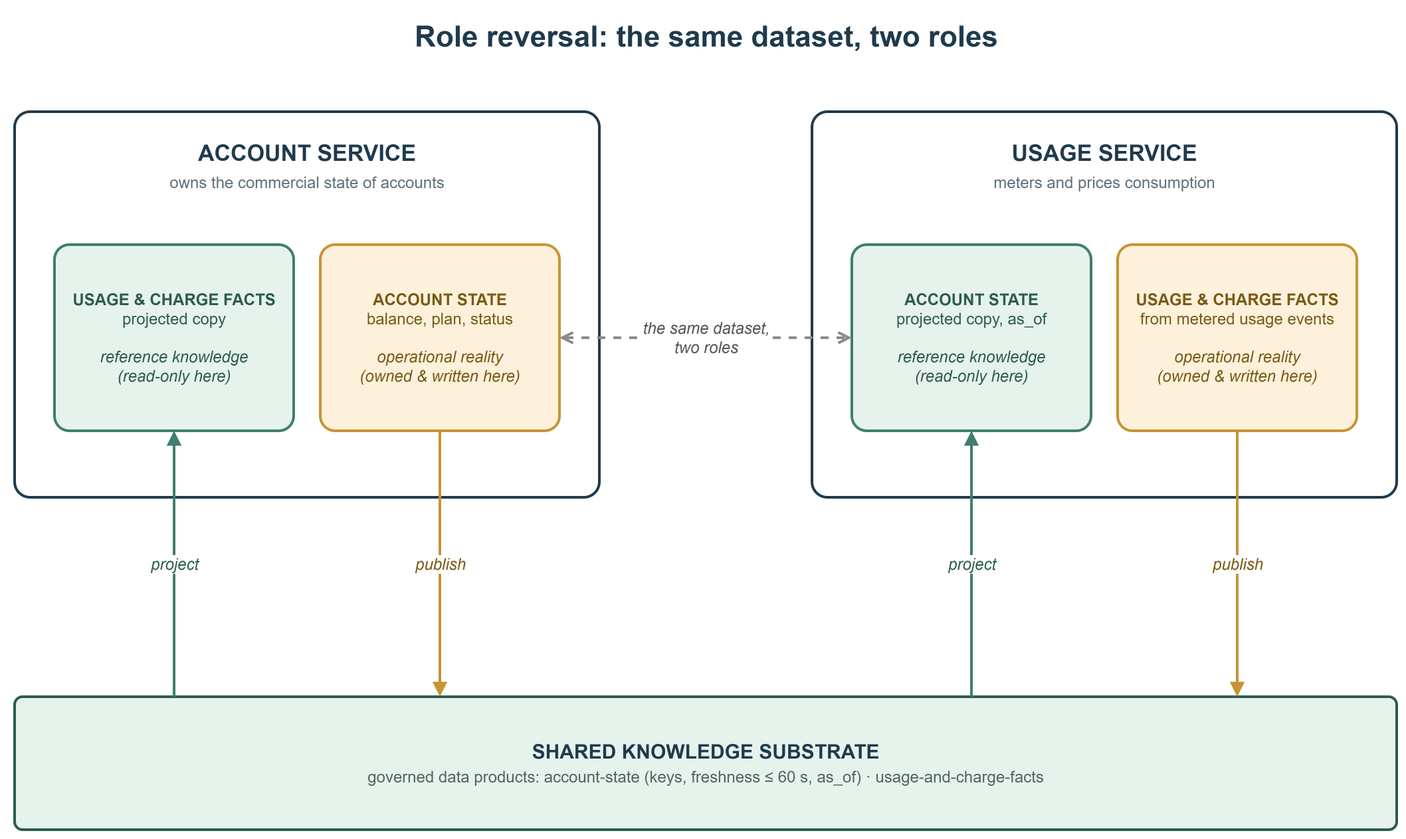
Earlier version of the draw.io export content/posts/your-operational-data-is-someone-elses-reference-data/role-reversal.drawio.png (AlexeyEvlampiev/alexeyevlampiev.github.io). Source tidied: cells renumbered, new cells last; positions are measured from the earlier drawing's top-left corner, leaving out a move shared by most shapes.
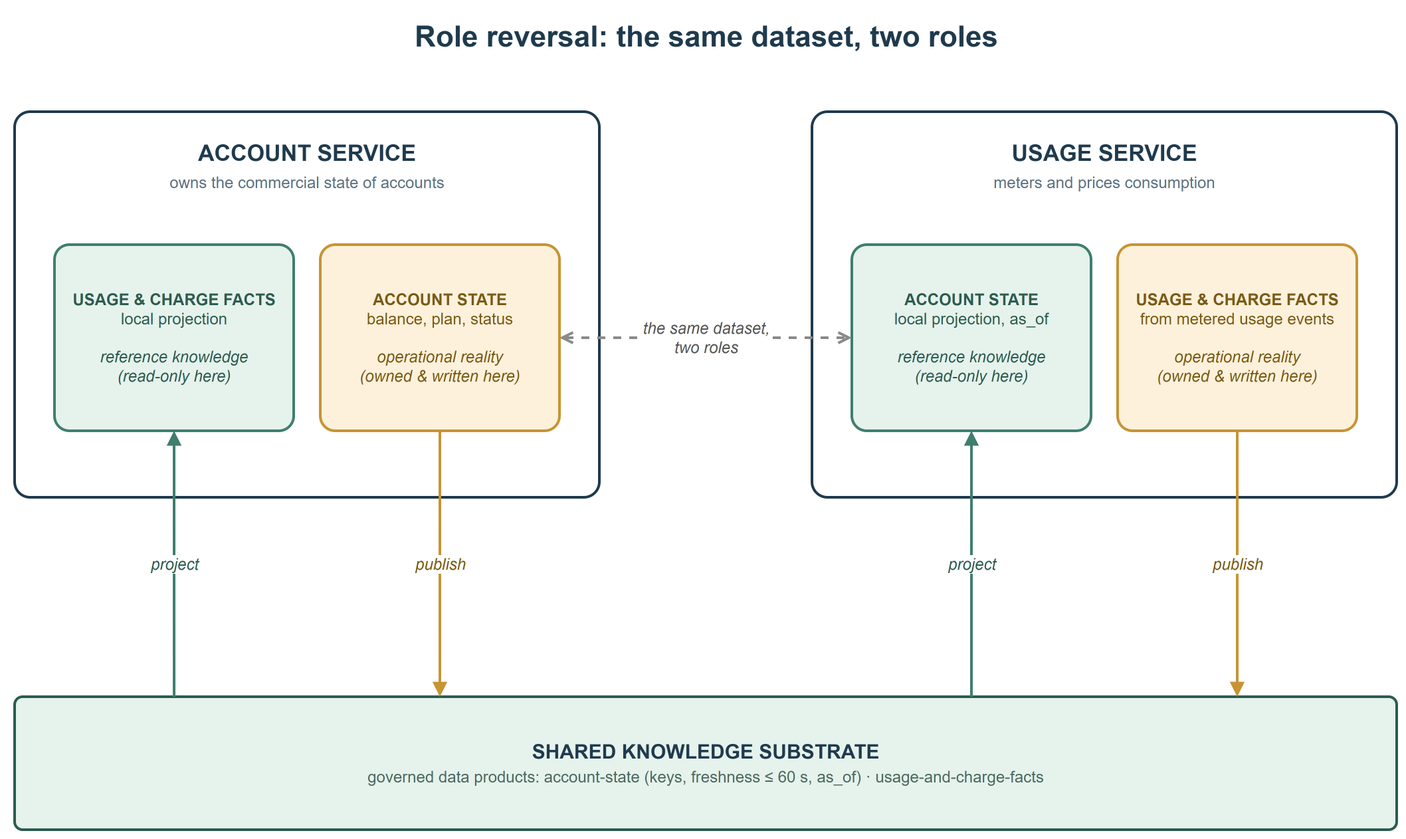
After the commit.

Commit message:
R2: copy/view consistency, softened originality absolutes, question as final beat, diagram 'local projection' labels

Diff of the diagram source:
```diff
@@ -11,13 +11,13 @@
     <mxCell id="4" value="&lt;b&gt;USAGE SERVICE&lt;/b&gt;&lt;br&gt;&lt;font style=&quot;font-size:12px&quot; color=&quot;#5b7282&quot;&gt;meters and prices consumption&lt;/font&gt;" style="rounded=1;whiteSpace=wrap;html=1;fillColor=#ffffff;strokeColor=#1f3a4d;strokeWidth=2;verticalAlign=top;fontSize=17;fontColor=#1f3a4d;arcSize=4;spacingTop=14;" parent="1" vertex="1">
       <mxGeometry x="600" y="74" width="440" height="290" as="geometry" />
     </mxCell>
-    <mxCell id="5" value="&lt;b&gt;USAGE &amp;amp; CHARGE FACTS&lt;/b&gt;&lt;br&gt;projected copy&lt;br&gt;&lt;br&gt;&lt;i&gt;reference knowledge&lt;br&gt;(read-only here)&lt;/i&gt;" style="rounded=1;whiteSpace=wrap;html=1;fillColor=#e6f2ec;strokeColor=#3f7e6e;strokeWidth=2;fontColor=#2c5c50;fontSize=12;arcSize=8;" parent="1" vertex="1">
+    <mxCell id="5" value="&lt;b&gt;USAGE &amp;amp; CHARGE FACTS&lt;/b&gt;&lt;br&gt;local projection&lt;br&gt;&lt;br&gt;&lt;i&gt;reference knowledge&lt;br&gt;(read-only here)&lt;/i&gt;" style="rounded=1;whiteSpace=wrap;html=1;fillColor=#e6f2ec;strokeColor=#3f7e6e;strokeWidth=2;fontColor=#2c5c50;fontSize=12;arcSize=8;" parent="1" vertex="1">
       <mxGeometry x="30" y="174" width="180" height="140" as="geometry" />
     </mxCell>
     <mxCell id="6" value="&lt;b&gt;ACCOUNT STATE&lt;/b&gt;&lt;br&gt;balance, plan, status&lt;br&gt;&lt;br&gt;&lt;i&gt;operational reality&lt;br&gt;(owned &amp;amp; written here)&lt;/i&gt;" style="rounded=1;whiteSpace=wrap;html=1;fillColor=#fdf1dc;strokeColor=#c79433;strokeWidth=2;fontColor=#7a5a14;fontSize=12;arcSize=8;" parent="1" vertex="1">
       <mxGeometry x="230" y="174" width="180" height="140" as="geometry" />
     </mxCell>
-    <mxCell id="7" value="&lt;b&gt;ACCOUNT STATE&lt;/b&gt;&lt;br&gt;projected copy, as_of&lt;br&gt;&lt;br&gt;&lt;i&gt;reference knowledge&lt;br&gt;(read-only here)&lt;/i&gt;" style="rounded=1;whiteSpace=wrap;html=1;fillColor=#e6f2ec;strokeColor=#3f7e6e;strokeWidth=2;fontColor=#2c5c50;fontSize=12;arcSize=8;" parent="1" vertex="1">
+    <mxCell id="7" value="&lt;b&gt;ACCOUNT STATE&lt;/b&gt;&lt;br&gt;local projection, as_of&lt;br&gt;&lt;br&gt;&lt;i&gt;reference knowledge&lt;br&gt;(read-only here)&lt;/i&gt;" style="rounded=1;whiteSpace=wrap;html=1;fillColor=#e6f2ec;strokeColor=#3f7e6e;strokeWidth=2;fontColor=#2c5c50;fontSize=12;arcSize=8;" parent="1" vertex="1">
       <mxGeometry x="630" y="174" width="180" height="140" as="geometry" />
     </mxCell>
     <mxCell id="8" value="&lt;b&gt;USAGE &amp;amp; CHARGE FACTS&lt;/b&gt;&lt;br&gt;from metered usage events&lt;br&gt;&lt;br&gt;&lt;i&gt;operational reality&lt;br&gt;(owned &amp;amp; written here)&lt;/i&gt;" style="rounded=1;whiteSpace=wrap;html=1;fillColor=#fdf1dc;strokeColor=#c79433;strokeWidth=2;fontColor=#7a5a14;fontSize=12;arcSize=8;" parent="1" vertex="1">
```
